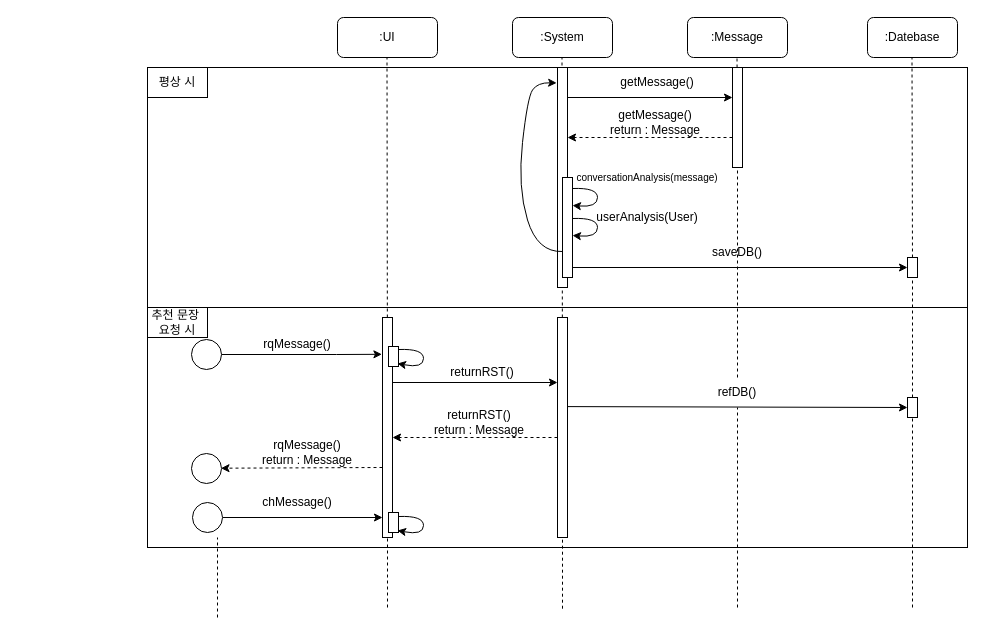
Above: Jo/추천문장선택.drawio in Sir-u/Capstone_ThreeIdiots (draw.io), before the change. Source tidied: cells renumbered, new cells numbered last; positions are measured from the earlier drawing's top-left corner, leaving out a move shared by most shapes. Both pictures are drawn from the tidied source at 100%, with x=0, y=0 at pixel (147, 17).
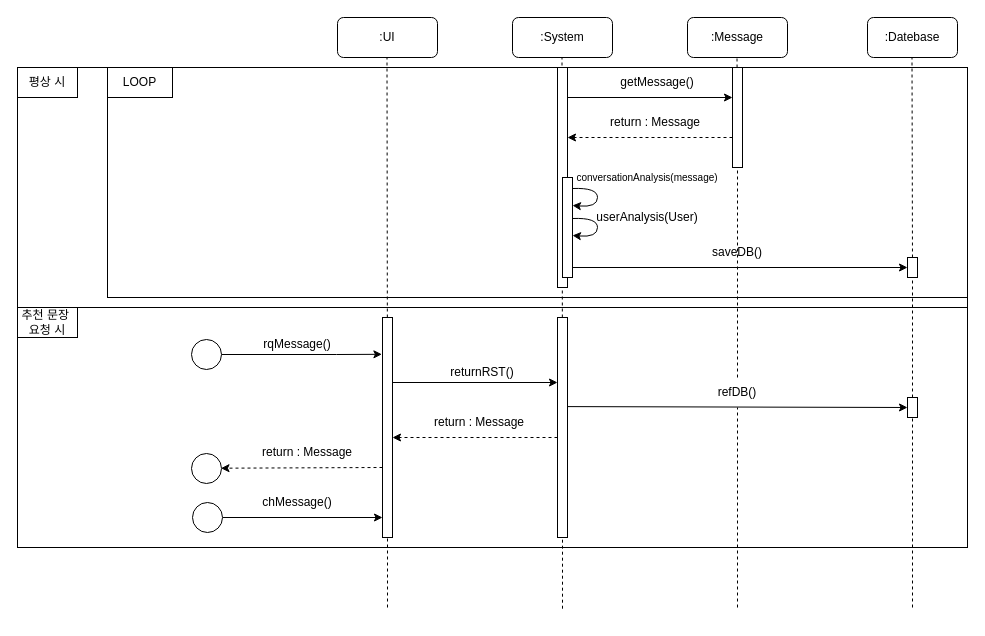
Above is the later version.

Commit message (it also covers changes not shown here):
반복문 표기 방법 변경

The change refers to these unchanged cells:
```xml
<mxCell id="12" style="rounded=0;whiteSpace=wrap;html=1;" parent="1" vertex="1">
  <mxGeometry x="410" y="50" width="10" height="220" as="geometry" />
</mxCell>
```

Diff of the diagram source:
```diff
@@
     <mxCell id="2" style="rounded=0;whiteSpace=wrap;html=1;" parent="1" vertex="1">
-      <mxGeometry y="290" width="820" height="240" as="geometry" />
+      <mxGeometry x="-130" y="290" width="950" height="240" as="geometry" />
     </mxCell>
     <mxCell id="3" style="rounded=0;whiteSpace=wrap;html=1;" parent="1" vertex="1">
-      <mxGeometry y="50" width="820" height="240" as="geometry" />
+      <mxGeometry x="-130" y="50" width="950" height="240" as="geometry" />
     </mxCell>
+    <mxCell id="58" style="rounded=0;whiteSpace=wrap;html=1;" parent="1" vertex="1">
+      <mxGeometry x="-40" y="50" width="860" height="230" as="geometry" />
+    </mxCell>
@@
-    <mxCell id="18" value="getMessage()&lt;br&gt;return : Message" style="text;html=1;strokeColor=none;fillColor=none;align=center;verticalAlign=middle;whiteSpace=wrap;rounded=0;" parent="1" vertex="1">
+    <mxCell id="18" value="return : Message" style="text;html=1;strokeColor=none;fillColor=none;align=center;verticalAlign=middle;whiteSpace=wrap;rounded=0;" parent="1" vertex="1">
       <mxGeometry x="458" y="90" width="100" height="30" as="geometry" />
     </mxCell>
@@
-    <mxCell id="24" style="curved=1;endArrow=classic;html=1;rounded=0;exitX=1.044;exitY=0.159;exitDx=0;exitDy=0;exitPerimeter=0;entryX=-0.086;entryY=0.07;entryDx=0;entryDy=0;entryPerimeter=0;" parent="1" edge="1" target="12">
-      <mxGeometry relative="1" as="geometry">
-        <mxPoint x="415" y="234" as="sourcePoint" />
-        <Array as="points">
-          <mxPoint x="390" y="235" />
-          <mxPoint x="370" y="170" />
-          <mxPoint x="380" y="80" />
-          <mxPoint x="390" y="65" />
-        </Array>
-      </mxGeometry>
-    </mxCell>
@@
     <mxCell id="28" value="평상 시" style="rounded=0;whiteSpace=wrap;html=1;" parent="1" vertex="1">
-      <mxGeometry y="50" width="60" height="30" as="geometry" />
+      <mxGeometry x="-130" y="50" width="60" height="30" as="geometry" />
     </mxCell>
     <mxCell id="29" value="추천 문장&amp;nbsp;&lt;br&gt;요청 시" style="rounded=0;whiteSpace=wrap;html=1;" parent="1" vertex="1">
-      <mxGeometry y="290" width="60" height="30" as="geometry" />
+      <mxGeometry x="-130" y="290" width="60" height="30" as="geometry" />
     </mxCell>
-    <mxCell id="30" style="endArrow=none;dashed=1;html=1;rounded=0;" parent="1" edge="1">
-      <mxGeometry relative="1" as="geometry">
-        <mxPoint x="70" y="600" as="sourcePoint" />
-        <mxPoint x="70" y="520" as="targetPoint" />
-      </mxGeometry>
-    </mxCell>
@@
-    <mxCell id="44" value="returnRST()&lt;br&gt;return : Message" style="text;html=1;strokeColor=none;fillColor=none;align=center;verticalAlign=middle;whiteSpace=wrap;rounded=0;" parent="1" vertex="1">
+    <mxCell id="44" value="return : Message" style="text;html=1;strokeColor=none;fillColor=none;align=center;verticalAlign=middle;whiteSpace=wrap;rounded=0;" parent="1" vertex="1">
       <mxGeometry x="282" y="390" width="100" height="30" as="geometry" />
     </mxCell>
@@
-    <mxCell id="46" value="rqMessage()&lt;br&gt;return : Message" style="text;html=1;strokeColor=none;fillColor=none;align=center;verticalAlign=middle;whiteSpace=wrap;rounded=0;" parent="1" vertex="1">
+    <mxCell id="46" value="return : Message" style="text;html=1;strokeColor=none;fillColor=none;align=center;verticalAlign=middle;whiteSpace=wrap;rounded=0;" parent="1" vertex="1">
       <mxGeometry x="110" y="420" width="100" height="30" as="geometry" />
     </mxCell>
@@
     <mxCell id="50" value="chMessage()" style="text;html=1;strokeColor=none;fillColor=none;align=center;verticalAlign=middle;whiteSpace=wrap;rounded=0;" parent="1" vertex="1">
-      <mxGeometry x="120" y="470" width="60" height="30" as="geometry" />
+      <mxGeometry x="110" y="470" width="80" height="30" as="geometry" />
     </mxCell>
@@
-    <mxCell id="54" style="rounded=0;whiteSpace=wrap;html=1;" parent="1" vertex="1">
-      <mxGeometry x="241" y="329" width="10" height="20" as="geometry" />
-    </mxCell>
-    <mxCell id="55" style="curved=1;endArrow=classic;html=1;rounded=0;exitX=1.044;exitY=0.159;exitDx=0;exitDy=0;exitPerimeter=0;" parent="1" edge="1">
-      <mxGeometry relative="1" as="geometry">
-        <mxPoint x="251" y="332" as="sourcePoint" />
-        <mxPoint x="250" y="346" as="targetPoint" />
-        <Array as="points">
-          <mxPoint x="276" y="331" />
-          <mxPoint x="276" y="351" />
-        </Array>
-      </mxGeometry>
-    </mxCell>
-    <mxCell id="56" style="rounded=0;whiteSpace=wrap;html=1;" parent="1" vertex="1">
-      <mxGeometry x="241" y="495" width="10" height="20" as="geometry" />
-    </mxCell>
-    <mxCell id="57" style="curved=1;endArrow=classic;html=1;rounded=0;exitX=1.044;exitY=0.159;exitDx=0;exitDy=0;exitPerimeter=0;" parent="1" edge="1">
-      <mxGeometry relative="1" as="geometry">
-        <mxPoint x="251" y="499" as="sourcePoint" />
-        <mxPoint x="250" y="513" as="targetPoint" />
-        <Array as="points">
-          <mxPoint x="276" y="498" />
-          <mxPoint x="276" y="518" />
-        </Array>
-      </mxGeometry>
-    </mxCell>
+    <mxCell id="59" value="LOOP" style="rounded=0;whiteSpace=wrap;html=1;" parent="1" vertex="1">
+      <mxGeometry x="-40" y="50" width="65" height="30" as="geometry" />
+    </mxCell>
```
